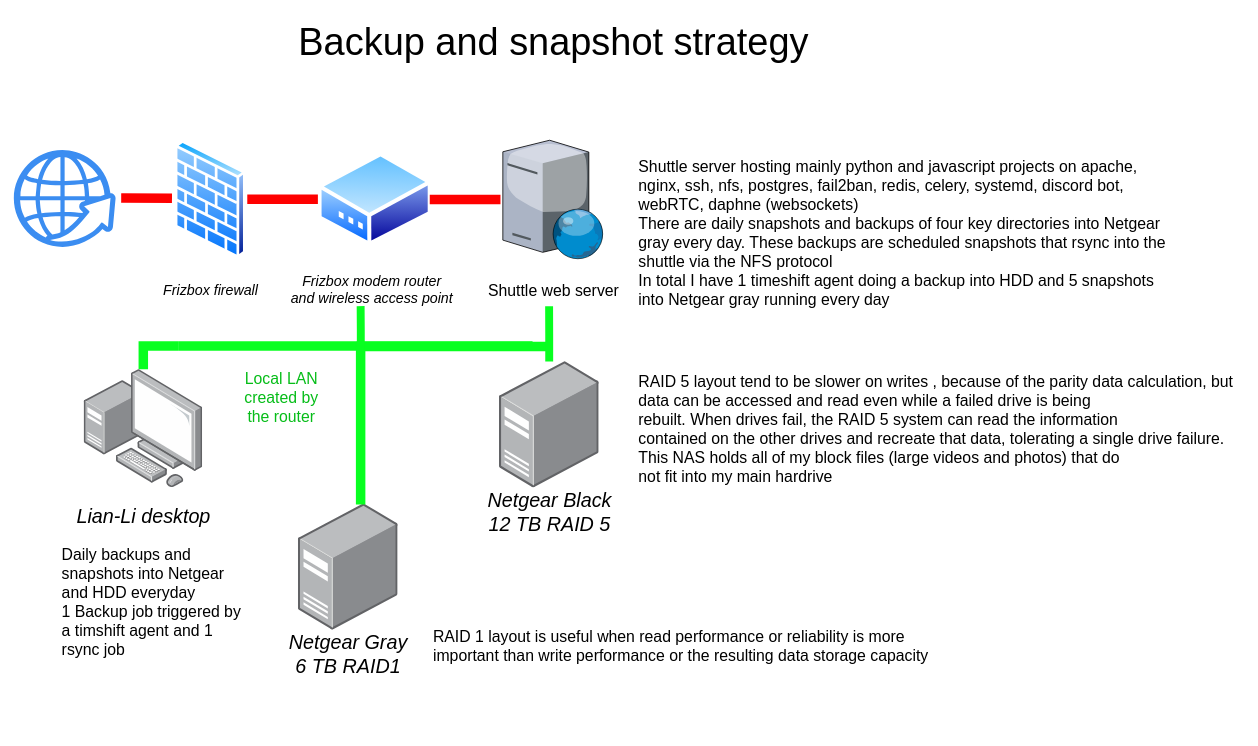
Earlier version of the draw.io diagram backup strategy.drawio (hupratt/aws-scripting). Source tidied: cells renumbered, new cells numbered last; positions are measured from the earlier drawing's top-left corner, leaving out a move shared by most shapes. Both pictures are drawn from the tidied source at 79%, with x=0, y=0 at pixel (13, 13).
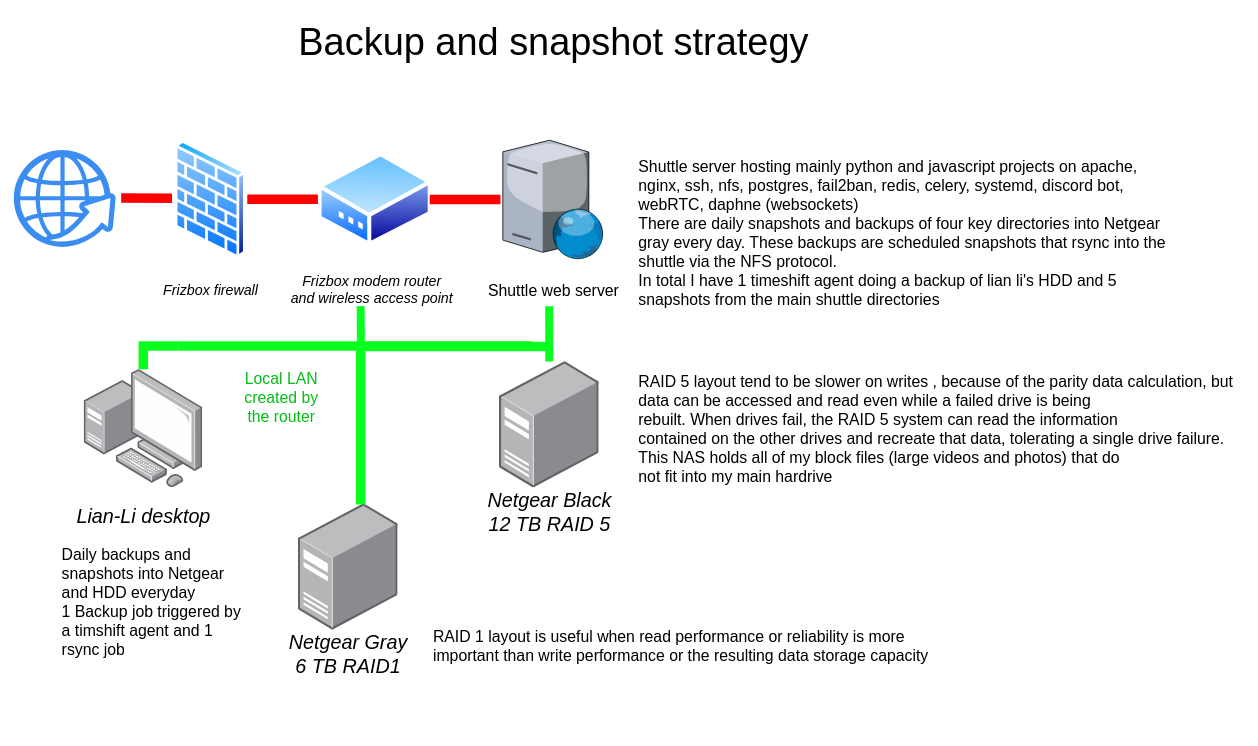
The same diagram, later.

Change to the diagram source:
```diff
@@
-    <mxCell id="26" value="&lt;div&gt;Shuttle server hosting mainly python and javascript projects on apache, nginx, ssh, nfs, postgres, fail2ban, redis, celery, systemd, discord bot, webRTC, daphne (websockets)&lt;/div&gt;&lt;div&gt;There are daily snapshots and backups of four key directories into Netgear gray every day. These backups are scheduled snapshots that rsync into the shuttle via the NFS protocol&lt;/div&gt;&lt;div&gt;In total I have 1 timeshift agent doing a backup into HDD and 5 snapshots into Netgear gray running every day&lt;br&gt;&lt;/div&gt;&lt;div&gt;&lt;br&gt;&lt;/div&gt;" style="text;whiteSpace=wrap;html=1;fontSize=20;" parent="1" vertex="1">
+    <mxCell id="26" value="Shuttle server hosting mainly python and javascript projects on apache, nginx, ssh, nfs, postgres, fail2ban, redis, celery, systemd, discord bot, webRTC, daphne (websockets)&lt;br&gt;There are daily snapshots and backups of four key directories into Netgear gray every day. These backups are scheduled snapshots that rsync into the shuttle via the NFS protocol.&lt;br&gt;In total I have 1 timeshift agent doing a backup of lian li's HDD and 5 snapshots from the main shuttle directories&lt;br&gt;" style="text;whiteSpace=wrap;html=1;fontSize=20;" parent="1" vertex="1">
       <mxGeometry x="789" y="175" width="670.7" height="169" as="geometry" />
     </mxCell>
```
